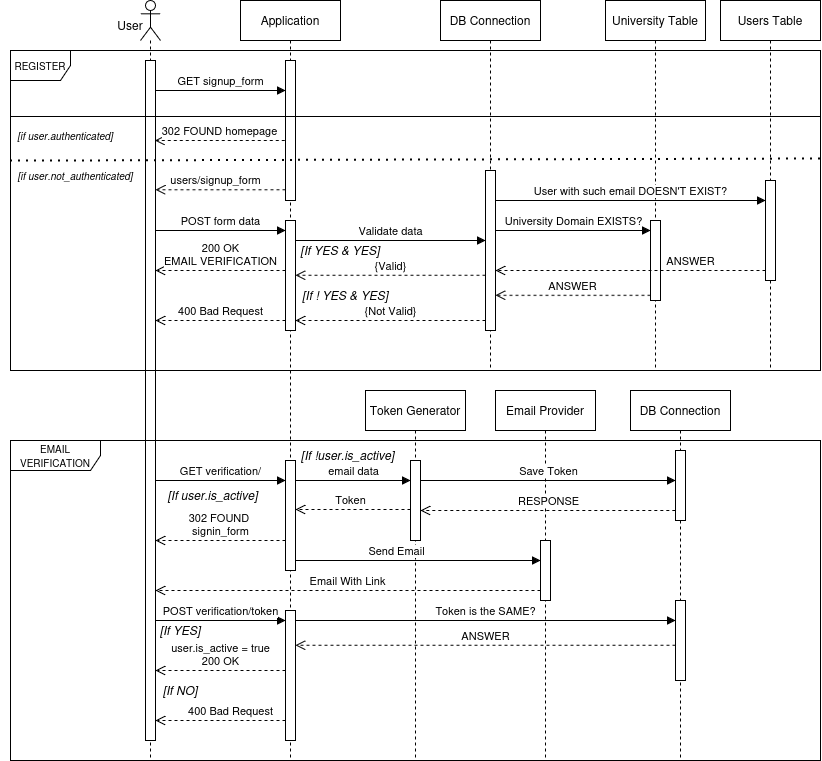
tupkalenkodi/is_it_full keeps this draw.io diagram as diagrams/seq.drawio.png. Above is the earlier version. Source tidied: cells renumbered, new cells last; positions are measured from the earlier drawing's top-left corner, leaving out a move shared by most shapes.
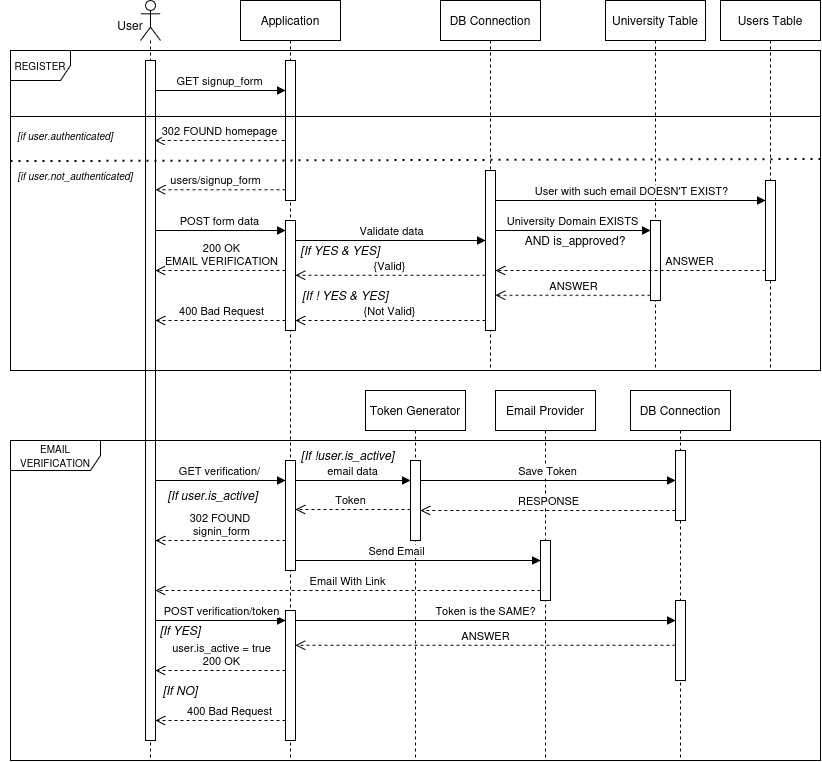
The same diagram one commit later.

Diff of the diagram source:
```diff
@@ -90,7 +90,7 @@
     <mxCell id="22" style="html=1;perimeter=orthogonalPerimeter;targetShapes=umlLifeline;newEdgeStyle={&quot;curved&quot;:0,&quot;rounded&quot;:0};" parent="21" vertex="1">
       <mxGeometry x="45" y="220" width="10" height="80" as="geometry" />
     </mxCell>
-    <mxCell id="23" value="University Domain EXISTS?" style="html=1;verticalAlign=bottom;endArrow=block;curved=0;rounded=0;" parent="1" edge="1">
+    <mxCell id="23" value="University Domain EXISTS" style="html=1;verticalAlign=bottom;endArrow=block;curved=0;rounded=0;" parent="1" edge="1">
       <mxGeometry relative="1" as="geometry">
         <mxPoint x="495" y="230" as="sourcePoint" />
         <mxPoint x="650" y="230" as="targetPoint" />
@@ -267,5 +267,8 @@
     <mxCell id="60" value="User" style="text;html=1;whiteSpace=wrap;strokeColor=none;fillColor=none;align=center;verticalAlign=middle;rounded=0;fontSize=12;" parent="1" vertex="1">
       <mxGeometry x="100" y="10" width="60" height="30" as="geometry" />
     </mxCell>
+    <mxCell id="61" value="AND is_approved?" style="text;html=1;whiteSpace=wrap;strokeColor=none;fillColor=none;align=center;verticalAlign=middle;rounded=0;" parent="1" vertex="1">
+      <mxGeometry x="520" y="220" width="110" height="40" as="geometry" />
+    </mxCell>
   </root>
 </mxGraphModel>
```
